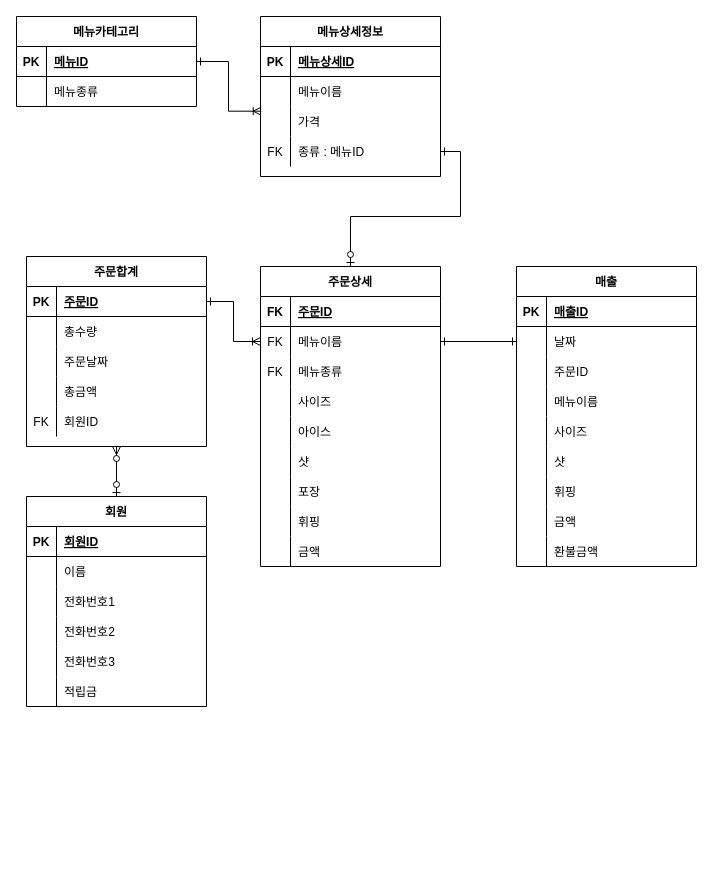
Above: page "논리설계(ER다이어그램)" (6 of 7) of design/kioskClass.drawio in JinSolKwon/cafeKiosk (draw.io), before the change. Source tidied: cells renumbered, new cells numbered last; positions are measured from the earlier drawing's top-left corner, leaving out a move shared by most shapes. Both pictures are drawn from the tidied source at 100%, with x=0, y=0 at pixel (16, 16).
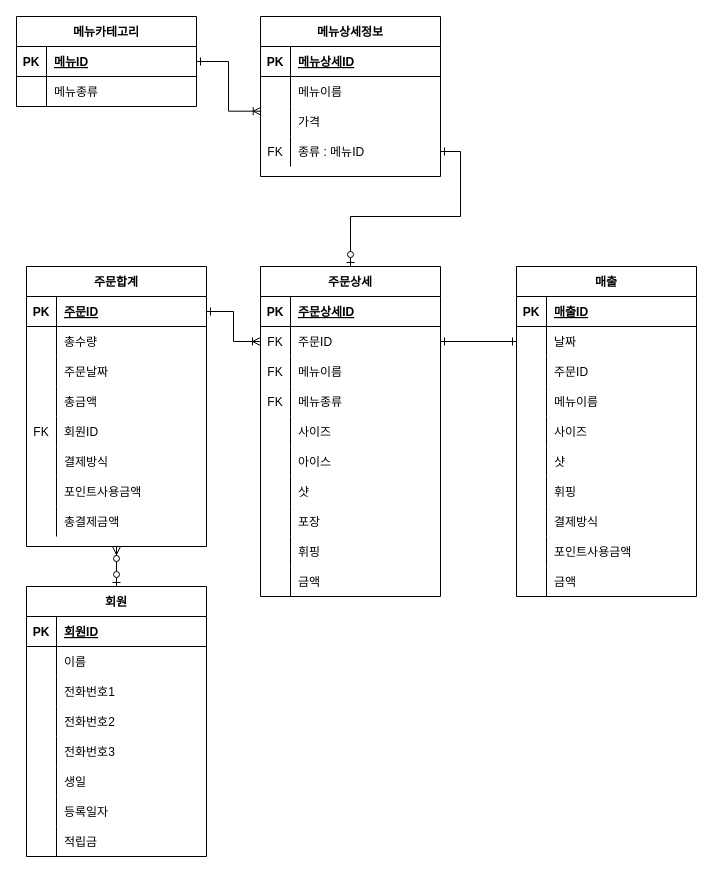
After the change.

The change refers to these unchanged cells:
```xml
<mxCell id="41" style="shape=partialRectangle;fillColor=none;top=0;left=0;bottom=1;right=0;" parent="40" vertex="1">
  <mxGeometry y="30" width="180" height="30" as="geometry" />
</mxCell>
<mxCell id="44" style="shape=partialRectangle;fillColor=none;top=0;left=0;bottom=0;right=0;points=[[0,0.5],[1,0.5]];portConstraint=eastwest;" parent="40" vertex="1">
  <mxGeometry y="60" width="180" height="30" as="geometry" />
</mxCell>
```

The edit, as a diff of the source:
```diff
@@
     <mxCell id="23" value="주문합계" style="shape=table;startSize=30;childLayout=tableLayout;rowLines=0;fontStyle=1;align=center;" parent="1" vertex="1">
-      <mxGeometry x="10" y="240" width="180" height="190" as="geometry" />
+      <mxGeometry x="10" y="250" width="180" height="280" as="geometry" />
     </mxCell>
@@
+    <mxCell id="118" style="shape=partialRectangle;fillColor=none;top=0;left=0;bottom=0;right=0;" parent="23" vertex="1">
+      <mxGeometry y="180" width="180" height="30" as="geometry" />
+    </mxCell>
+    <mxCell id="119" style="shape=partialRectangle;fillColor=none;top=0;left=0;bottom=0;right=0;overflow=hidden;" parent="118" vertex="1">
+      <mxGeometry width="30" height="30" as="geometry" />
+    </mxCell>
+    <mxCell id="120" value="결제방식" style="shape=partialRectangle;fillColor=none;top=0;left=0;bottom=0;right=0;align=left;spacingLeft=6;overflow=hidden;" parent="118" vertex="1">
+      <mxGeometry x="30" width="150" height="30" as="geometry" />
+    </mxCell>
+    <mxCell id="121" style="shape=partialRectangle;fillColor=none;top=0;left=0;bottom=0;right=0;" parent="23" vertex="1">
+      <mxGeometry y="210" width="180" height="30" as="geometry" />
+    </mxCell>
+    <mxCell id="122" style="shape=partialRectangle;fillColor=none;top=0;left=0;bottom=0;right=0;overflow=hidden;" parent="121" vertex="1">
+      <mxGeometry width="30" height="30" as="geometry" />
+    </mxCell>
+    <mxCell id="123" value="포인트사용금액" style="shape=partialRectangle;fillColor=none;top=0;left=0;bottom=0;right=0;align=left;spacingLeft=6;overflow=hidden;" parent="121" vertex="1">
+      <mxGeometry x="30" width="150" height="30" as="geometry" />
+    </mxCell>
+    <mxCell id="124" style="shape=partialRectangle;fillColor=none;top=0;left=0;bottom=0;right=0;" parent="23" vertex="1">
+      <mxGeometry y="240" width="180" height="30" as="geometry" />
+    </mxCell>
+    <mxCell id="125" style="shape=partialRectangle;fillColor=none;top=0;left=0;bottom=0;right=0;overflow=hidden;" parent="124" vertex="1">
+      <mxGeometry width="30" height="30" as="geometry" />
+    </mxCell>
+    <mxCell id="126" value="총결제금액" style="shape=partialRectangle;fillColor=none;top=0;left=0;bottom=0;right=0;align=left;spacingLeft=6;overflow=hidden;" parent="124" vertex="1">
+      <mxGeometry x="30" width="150" height="30" as="geometry" />
+    </mxCell>
@@
     <mxCell id="40" value="주문상세" style="shape=table;startSize=30;childLayout=tableLayout;rowLines=0;fontStyle=1;align=center;" parent="1" vertex="1">
-      <mxGeometry x="244" y="250" width="180" height="300" as="geometry" />
+      <mxGeometry x="244" y="250" width="180" height="330" as="geometry" />
     </mxCell>
@@
-    <mxCell id="42" value="FK" style="shape=partialRectangle;fillColor=none;top=0;left=0;bottom=0;right=0;fontStyle=1;overflow=hidden;" parent="41" vertex="1">
+    <mxCell id="42" value="PK" style="shape=partialRectangle;fillColor=none;top=0;left=0;bottom=0;right=0;fontStyle=1;overflow=hidden;" parent="41" vertex="1">
       <mxGeometry width="30" height="30" as="geometry" />
     </mxCell>
-    <mxCell id="43" value="주문ID" style="shape=partialRectangle;fillColor=none;top=0;left=0;bottom=0;right=0;align=left;spacingLeft=6;fontStyle=5;overflow=hidden;" parent="41" vertex="1">
+    <mxCell id="43" value="주문상세ID" style="shape=partialRectangle;fillColor=none;top=0;left=0;bottom=0;right=0;align=left;spacingLeft=6;fontStyle=5;overflow=hidden;" parent="41" vertex="1">
       <mxGeometry x="30" width="150" height="30" as="geometry" />
     </mxCell>
@@
-    <mxCell id="46" value="메뉴이름" style="shape=partialRectangle;fillColor=none;top=0;left=0;bottom=0;right=0;align=left;spacingLeft=6;overflow=hidden;" parent="44" vertex="1">
+    <mxCell id="46" value="주문ID" style="shape=partialRectangle;fillColor=none;top=0;left=0;bottom=0;right=0;align=left;spacingLeft=6;overflow=hidden;" parent="44" vertex="1">
       <mxGeometry x="30" width="150" height="30" as="geometry" />
     </mxCell>
+    <mxCell id="127" style="shape=partialRectangle;fillColor=none;top=0;left=0;bottom=0;right=0;" parent="40" vertex="1">
+      <mxGeometry y="90" width="180" height="30" as="geometry" />
+    </mxCell>
+    <mxCell id="128" value="FK" style="shape=partialRectangle;fillColor=none;top=0;left=0;bottom=0;right=0;overflow=hidden;" parent="127" vertex="1">
+      <mxGeometry width="30" height="30" as="geometry" />
+    </mxCell>
+    <mxCell id="129" value="메뉴이름" style="shape=partialRectangle;fillColor=none;top=0;left=0;bottom=0;right=0;align=left;spacingLeft=6;overflow=hidden;" parent="127" vertex="1">
+      <mxGeometry x="30" width="150" height="30" as="geometry" />
+    </mxCell>
     <mxCell id="47" style="shape=partialRectangle;fillColor=none;top=0;left=0;bottom=0;right=0;" parent="40" vertex="1">
-      <mxGeometry y="90" width="180" height="30" as="geometry" />
+      <mxGeometry y="120" width="180" height="30" as="geometry" />
     </mxCell>
@@
     <mxCell id="50" style="shape=partialRectangle;fillColor=none;top=0;left=0;bottom=0;right=0;" parent="40" vertex="1">
-      <mxGeometry y="120" width="180" height="30" as="geometry" />
+      <mxGeometry y="150" width="180" height="30" as="geometry" />
     </mxCell>
@@
     <mxCell id="53" style="shape=partialRectangle;fillColor=none;top=0;left=0;bottom=0;right=0;" parent="40" vertex="1">
-      <mxGeometry y="150" width="180" height="30" as="geometry" />
+      <mxGeometry y="180" width="180" height="30" as="geometry" />
     </mxCell>
@@
     <mxCell id="56" style="shape=partialRectangle;fillColor=none;top=0;left=0;bottom=0;right=0;" parent="40" vertex="1">
-      <mxGeometry y="180" width="180" height="30" as="geometry" />
+      <mxGeometry y="210" width="180" height="30" as="geometry" />
     </mxCell>
@@
     <mxCell id="59" style="shape=partialRectangle;fillColor=none;top=0;left=0;bottom=0;right=0;" parent="40" vertex="1">
-      <mxGeometry y="210" width="180" height="30" as="geometry" />
+      <mxGeometry y="240" width="180" height="30" as="geometry" />
     </mxCell>
@@
     <mxCell id="62" style="shape=partialRectangle;fillColor=none;top=0;left=0;bottom=0;right=0;" parent="40" vertex="1">
-      <mxGeometry y="240" width="180" height="30" as="geometry" />
+      <mxGeometry y="270" width="180" height="30" as="geometry" />
     </mxCell>
@@
     <mxCell id="65" style="shape=partialRectangle;fillColor=none;top=0;left=0;bottom=0;right=0;" parent="40" vertex="1">
-      <mxGeometry y="270" width="180" height="30" as="geometry" />
+      <mxGeometry y="300" width="180" height="30" as="geometry" />
     </mxCell>
@@
     <mxCell id="68" value="매출" style="shape=table;startSize=30;childLayout=tableLayout;rowLines=0;fontStyle=1;align=center;" parent="1" vertex="1">
-      <mxGeometry x="500" y="250" width="180" height="300" as="geometry" />
+      <mxGeometry x="500" y="250" width="180" height="330" as="geometry" />
     </mxCell>
@@
+    <mxCell id="130" style="shape=partialRectangle;fillColor=none;top=0;left=0;bottom=0;right=0;" parent="68" vertex="1">
+      <mxGeometry y="240" width="180" height="30" as="geometry" />
+    </mxCell>
+    <mxCell id="131" style="shape=partialRectangle;fillColor=none;top=0;left=0;bottom=0;right=0;overflow=hidden;" parent="130" vertex="1">
+      <mxGeometry width="30" height="30" as="geometry" />
+    </mxCell>
+    <mxCell id="132" value="결제방식" style="shape=partialRectangle;fillColor=none;top=0;left=0;bottom=0;right=0;align=left;spacingLeft=6;overflow=hidden;" parent="130" vertex="1">
+      <mxGeometry x="30" width="150" height="30" as="geometry" />
+    </mxCell>
+    <mxCell id="93" style="shape=partialRectangle;fillColor=none;top=0;left=0;bottom=0;right=0;" parent="68" vertex="1">
+      <mxGeometry y="270" width="180" height="30" as="geometry" />
+    </mxCell>
+    <mxCell id="133" style="shape=partialRectangle;fillColor=none;top=0;left=0;bottom=0;right=0;overflow=hidden;" parent="93" vertex="1">
+      <mxGeometry width="30" height="30" as="geometry" />
+    </mxCell>
+    <mxCell id="134" value="포인트사용금액" style="shape=partialRectangle;fillColor=none;top=0;left=0;bottom=0;right=0;align=left;spacingLeft=6;overflow=hidden;" parent="93" vertex="1">
+      <mxGeometry x="30" width="150" height="30" as="geometry" />
+    </mxCell>
     <mxCell id="90" style="shape=partialRectangle;fillColor=none;top=0;left=0;bottom=0;right=0;" parent="68" vertex="1">
-      <mxGeometry y="240" width="180" height="30" as="geometry" />
+      <mxGeometry y="300" width="180" height="30" as="geometry" />
     </mxCell>
@@
-    <mxCell id="93" style="shape=partialRectangle;fillColor=none;top=0;left=0;bottom=0;right=0;" parent="68" vertex="1">
-      <mxGeometry y="270" width="180" height="30" as="geometry" />
-    </mxCell>
-    <mxCell id="94" style="shape=partialRectangle;fillColor=none;top=0;left=0;bottom=0;right=0;overflow=hidden;" parent="93" vertex="1">
-      <mxGeometry width="30" height="30" as="geometry" />
-    </mxCell>
-    <mxCell id="95" value="환불금액" style="shape=partialRectangle;fillColor=none;top=0;left=0;bottom=0;right=0;align=left;spacingLeft=6;overflow=hidden;" parent="93" vertex="1">
-      <mxGeometry x="30" width="150" height="30" as="geometry" />
-    </mxCell>
@@
     <mxCell id="99" value="회원" style="shape=table;startSize=30;childLayout=tableLayout;rowLines=0;fontStyle=1;align=center;" parent="1" vertex="1">
-      <mxGeometry x="10" y="480" width="180" height="210" as="geometry" />
+      <mxGeometry x="10" y="570" width="180" height="270" as="geometry" />
     </mxCell>
@@
+    <mxCell id="135" style="shape=partialRectangle;fillColor=none;top=0;left=0;bottom=0;right=0;" parent="99" vertex="1">
+      <mxGeometry y="180" width="180" height="30" as="geometry" />
+    </mxCell>
+    <mxCell id="136" style="shape=partialRectangle;fillColor=none;top=0;left=0;bottom=0;right=0;overflow=hidden;" parent="135" vertex="1">
+      <mxGeometry width="30" height="30" as="geometry" />
+    </mxCell>
+    <mxCell id="137" value="생일" style="shape=partialRectangle;fillColor=none;top=0;left=0;bottom=0;right=0;align=left;spacingLeft=6;overflow=hidden;" parent="135" vertex="1">
+      <mxGeometry x="30" width="150" height="30" as="geometry" />
+    </mxCell>
+    <mxCell id="138" style="shape=partialRectangle;fillColor=none;top=0;left=0;bottom=0;right=0;" parent="99" vertex="1">
+      <mxGeometry y="210" width="180" height="30" as="geometry" />
+    </mxCell>
+    <mxCell id="139" style="shape=partialRectangle;fillColor=none;top=0;left=0;bottom=0;right=0;overflow=hidden;" parent="138" vertex="1">
+      <mxGeometry width="30" height="30" as="geometry" />
+    </mxCell>
+    <mxCell id="140" value="등록일자" style="shape=partialRectangle;fillColor=none;top=0;left=0;bottom=0;right=0;align=left;spacingLeft=6;overflow=hidden;" parent="138" vertex="1">
+      <mxGeometry x="30" width="150" height="30" as="geometry" />
+    </mxCell>
     <mxCell id="115" style="shape=partialRectangle;fillColor=none;top=0;left=0;bottom=0;right=0;" parent="99" vertex="1">
-      <mxGeometry y="180" width="180" height="30" as="geometry" />
+      <mxGeometry y="240" width="180" height="30" as="geometry" />
     </mxCell>
```
